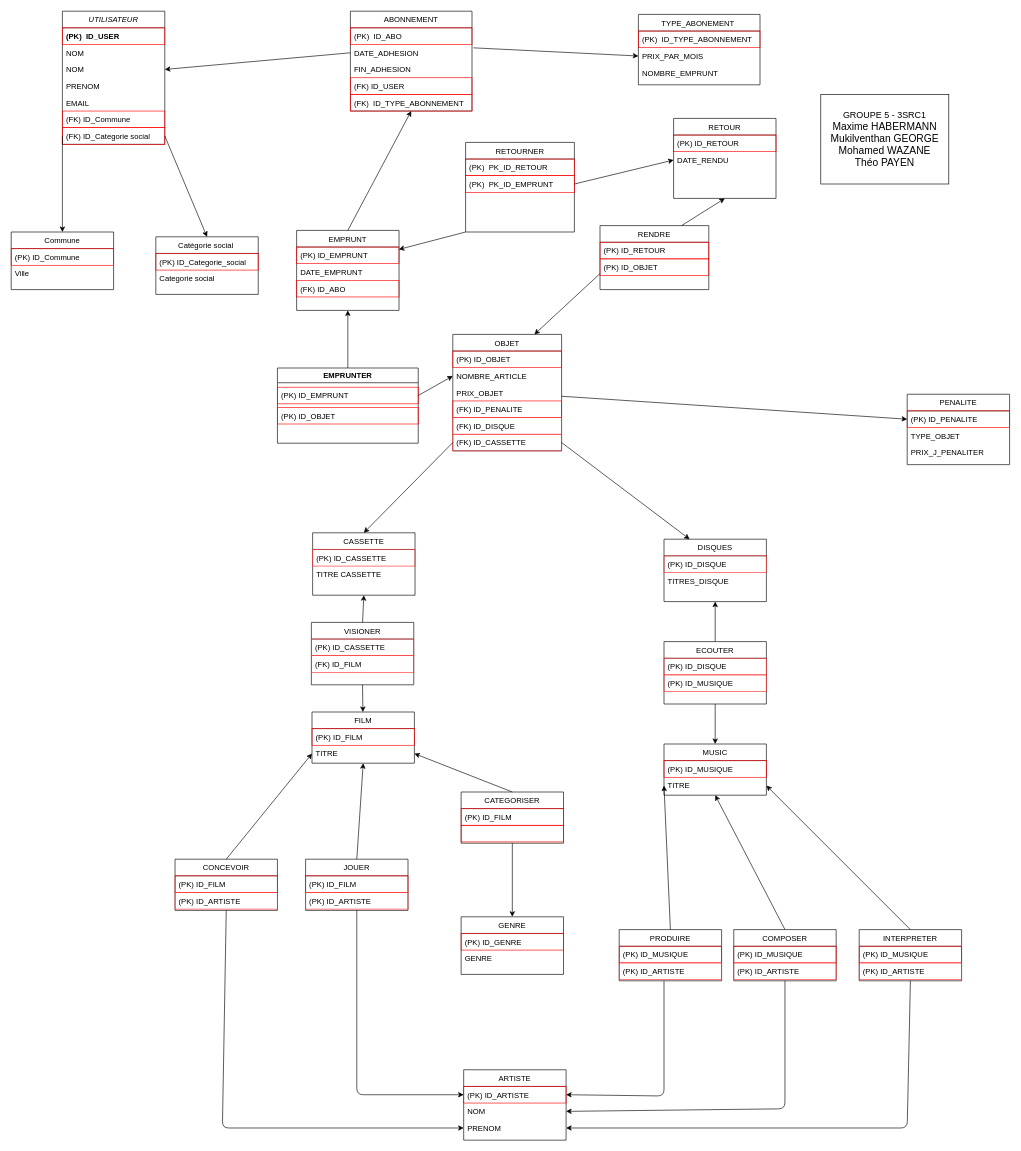
Earlier version of the draw.io diagram page "MPD" (3 of 3) of Schema_BDD.drawio (GMukilventhan/Projet-BDD-SRC-21-22). Source tidied: cells renumbered, new cells numbered last; positions are measured from the earlier drawing's top-left corner, leaving out a move shared by most shapes. Both pictures are drawn from the tidied source at 64%, with x=0, y=0 at pixel (11, 11).
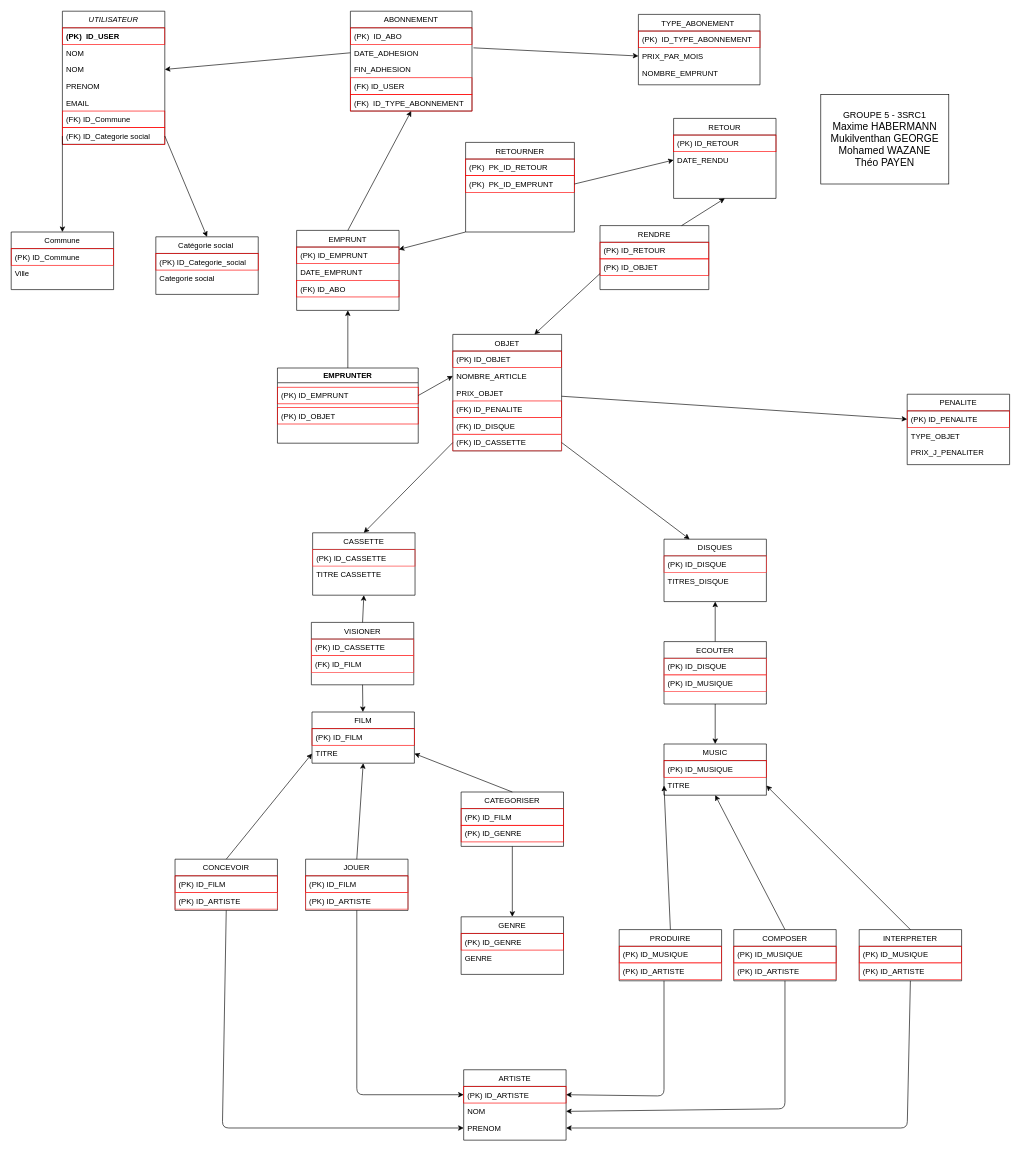
After the change.

Diff of the diagram source:
```diff
@@
     <mxCell id="90" value="CATEGORISER" style="swimlane;fontStyle=0;align=center;verticalAlign=top;horizontal=1;startSize=26;rounded=0;shadow=0;strokeWidth=1;" parent="1" vertex="1">
-      <mxGeometry x="703" y="1220" width="160" height="80" as="geometry" />
+      <mxGeometry x="703" y="1220" width="160" height="85" as="geometry" />
     </mxCell>
@@
-    <mxCell id="92" style="text;align=left;verticalAlign=top;spacingLeft=4;spacingRight=4;overflow=hidden;strokeColor=#FF0000;" parent="90" vertex="1">
-      <mxGeometry y="52" width="160" height="26" as="geometry" />
-    </mxCell>
+    <mxCell id="127" value="(PK) ID_GENRE" style="text;align=left;verticalAlign=top;spacingLeft=4;spacingRight=4;overflow=hidden;strokeColor=#FF0000;" parent="90" vertex="1">
+      <mxGeometry y="52" width="160" height="26" as="geometry" />
+    </mxCell>
```
